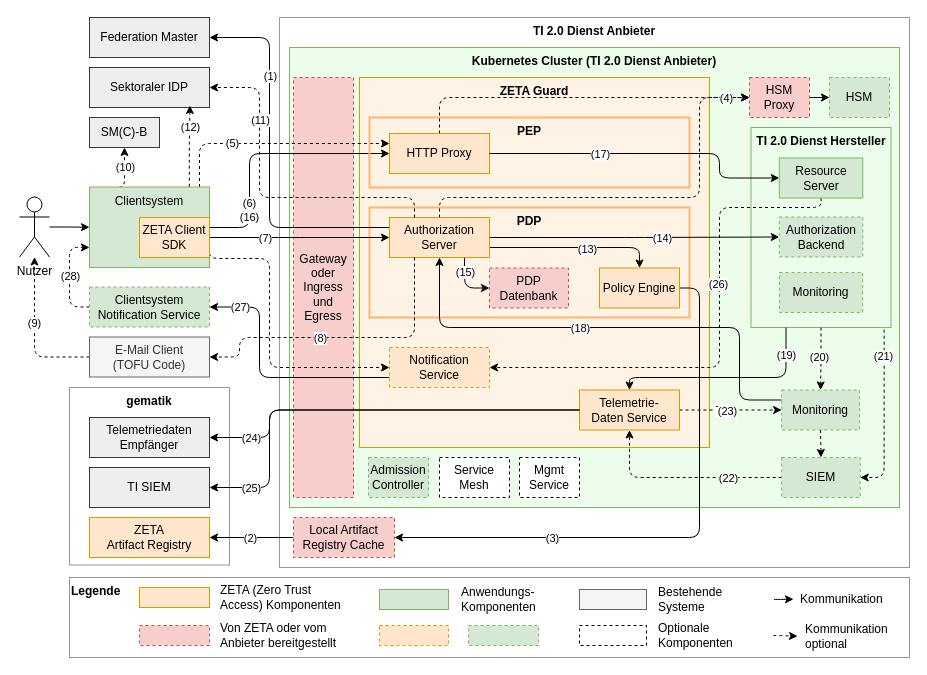
The draw.io diagram src/drawio/Zero-Trust-Architektur.drawio in gematik/zeta, before the edit. Source tidied: cells renumbered, new cells numbered last; positions are measured from the earlier drawing's top-left corner, leaving out a move shared by most shapes. Both pictures are drawn from the tidied source at 100%, with x=0, y=0 at pixel (19, 17).
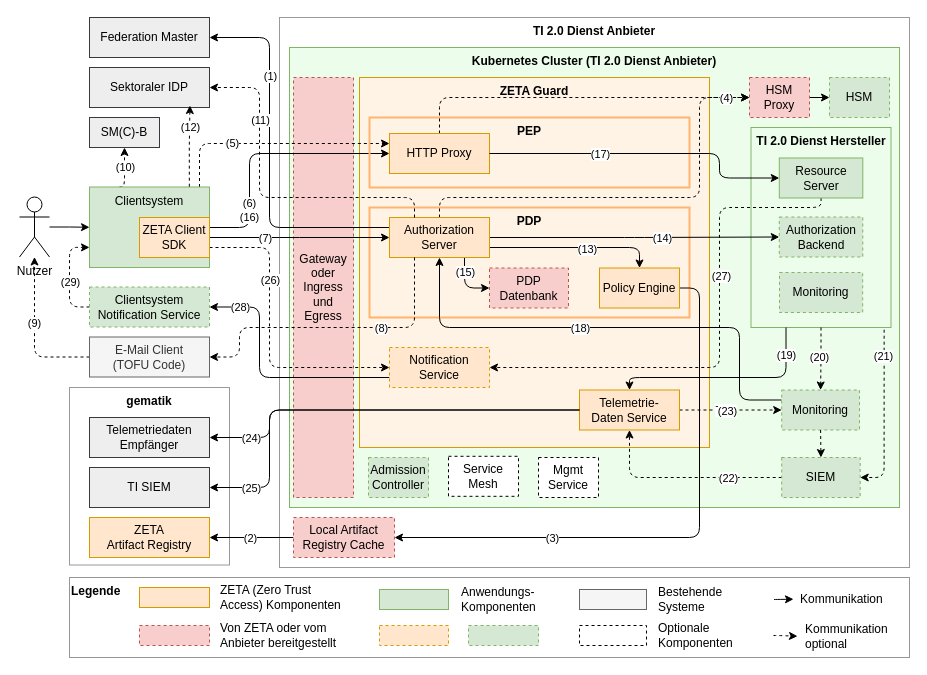
After the change.

Commit message:
Adjusted diagram element positions, arrow routing, and updated numbering labels.

The change refers to these unchanged cells:
```xml
<mxCell id="20" value="Authorization Server" style="rounded=0;whiteSpace=wrap;html=1;fillColor=#ffe6cc;strokeColor=#d79b00;" parent="1" vertex="1">
  <mxGeometry x="370" y="200" width="100" height="40" as="geometry" />
</mxCell>
<mxCell id="26" style="edgeStyle=orthogonalEdgeStyle;rounded=1;jettySize=auto;html=1;entryX=1;entryY=0.5;entryDx=0;entryDy=0;exitX=0.5;exitY=1;exitDx=0;exitDy=0;curved=0;dashed=1;" parent="1" edge="1" source="28" target="94">
  <mxGeometry relative="1" as="geometry">
    <Array as="points">
      <mxPoint x="802" y="190" />
      <mxPoint x="700" y="190" />
      <mxPoint x="700" y="350" />
    </Array>
  </mxGeometry>
</mxCell>
<mxCell id="51" value="E-Mail Client&lt;div&gt;(TOFU Code)&lt;/div&gt;" style="rounded=0;whiteSpace=wrap;html=1;fillColor=#f5f5f5;strokeColor=#666666;fontColor=#333333;" parent="1" vertex="1">
  <mxGeometry x="70" y="319.5" width="120" height="40" as="geometry" />
</mxCell>
<mxCell id="81" value="ZETA Client&lt;div&gt;SDK&lt;/div&gt;" style="rounded=0;whiteSpace=wrap;html=1;fillColor=#ffe6cc;strokeColor=#d79b00;" parent="1" vertex="1">
  <mxGeometry x="120" y="200" width="70" height="40" as="geometry" />
</mxCell>
<mxCell id="92" style="edgeStyle=orthogonalEdgeStyle;rounded=1;jettySize=auto;html=1;entryX=1;entryY=0.5;entryDx=0;entryDy=0;exitX=0;exitY=0.75;exitDx=0;exitDy=0;curved=0;" parent="1" edge="1" source="94" target="97">
  <mxGeometry relative="1" as="geometry">
    <Array as="points">
      <mxPoint x="240" y="360" />
      <mxPoint x="240" y="290" />
      <mxPoint x="190" y="290" />
    </Array>
  </mxGeometry>
</mxCell>
<mxCell id="94" value="&lt;div&gt;Notification Service&lt;/div&gt;" style="rounded=0;whiteSpace=wrap;html=1;dashed=1;fillColor=#ffe6cc;strokeColor=#d79b00;" parent="1" vertex="1">
  <mxGeometry x="370" y="330" width="100" height="40" as="geometry" />
</mxCell>
<mxCell id="95" style="edgeStyle=orthogonalEdgeStyle;rounded=1;jettySize=auto;html=1;entryX=0;entryY=0.75;entryDx=0;entryDy=0;exitX=0;exitY=0.5;exitDx=0;exitDy=0;curved=0;dashed=1;" parent="1" edge="1" source="97" target="46">
  <mxGeometry relative="1" as="geometry" />
</mxCell>
```

Change to the diagram source:
```diff
@@
-    <mxCell id="27" value="(26)" style="edgeLabel;html=1;align=center;verticalAlign=middle;" parent="26" vertex="1">
-      <mxGeometry x="-0.25" y="-2" relative="1" as="geometry" />
-    </mxCell>
+    <mxCell id="116" value="(27)" style="edgeLabel;html=1;align=center;verticalAlign=middle;" parent="26" vertex="1">
+      <mxGeometry x="-0.28" y="1" relative="1" as="geometry" />
+    </mxCell>
@@
     <mxCell id="36" value="Mgmt&lt;div&gt;Service&lt;/div&gt;" style="rounded=0;whiteSpace=wrap;html=1;dashed=1;" parent="1" vertex="1">
-      <mxGeometry x="500" y="440" width="60" height="40" as="geometry" />
+      <mxGeometry x="519" y="440" width="60" height="40" as="geometry" />
     </mxCell>
@@
     <mxCell id="76" style="edgeStyle=orthogonalEdgeStyle;rounded=1;jettySize=auto;html=1;entryX=1;entryY=0.5;entryDx=0;entryDy=0;exitX=0.25;exitY=1;exitDx=0;exitDy=0;curved=0;dashed=1;" parent="1" edge="1" source="20" target="51">
       <mxGeometry relative="1" as="geometry">
         <Array as="points">
-          <mxPoint x="395" y="320" />
-          <mxPoint x="220" y="320" />
+          <mxPoint x="395" y="310" />
+          <mxPoint x="220" y="310" />
           <mxPoint x="220" y="340" />
         </Array>
       </mxGeometry>
     </mxCell>
     <mxCell id="77" value="(8)" style="edgeLabel;html=1;align=center;verticalAlign=middle;" parent="76" vertex="1">
-      <mxGeometry x="0.15" relative="1" as="geometry" />
+      <mxGeometry x="0.15" relative="1" as="geometry">
+        <mxPoint x="71" as="offset" />
+      </mxGeometry>
     </mxCell>
     <mxCell id="78" style="edgeStyle=orthogonalEdgeStyle;rounded=1;jettySize=auto;html=1;entryX=0;entryY=0.5;entryDx=0;entryDy=0;curved=0;exitX=1;exitY=0.75;exitDx=0;exitDy=0;dashed=1;" parent="1" edge="1" source="81" target="94">
       <mxGeometry relative="1" as="geometry">
         <Array as="points">
-          <mxPoint x="250" y="241" />
+          <mxPoint x="250" y="230" />
           <mxPoint x="250" y="350" />
         </Array>
       </mxGeometry>
     </mxCell>
+    <mxCell id="27" value="(26)" style="edgeLabel;html=1;align=center;verticalAlign=middle;" parent="78" vertex="1">
+      <mxGeometry x="-0.39" relative="1" as="geometry" />
+    </mxCell>
@@
-    <mxCell id="93" value="(27)" style="edgeLabel;html=1;align=center;verticalAlign=middle;" parent="92" vertex="1">
+    <mxCell id="93" value="(28)" style="edgeLabel;html=1;align=center;verticalAlign=middle;" parent="92" vertex="1">
       <mxGeometry x="0.76" relative="1" as="geometry" />
     </mxCell>
@@
-    <mxCell id="96" value="(28)" style="edgeLabel;html=1;align=center;verticalAlign=middle;" parent="95" vertex="1">
-      <mxGeometry x="0.02" relative="1" as="geometry" />
-    </mxCell>
+    <mxCell id="117" value="(29)" style="edgeLabel;html=1;align=center;verticalAlign=middle;" parent="95" vertex="1">
+      <mxGeometry x="-0.1" relative="1" as="geometry" />
+    </mxCell>
@@
     <mxCell id="111" value="Service Mesh" style="rounded=0;whiteSpace=wrap;html=1;dashed=1;" parent="1" vertex="1">
-      <mxGeometry x="420" y="440" width="70" height="40" as="geometry" />
+      <mxGeometry x="429" y="438.8" width="70" height="40" as="geometry" />
     </mxCell>
```
